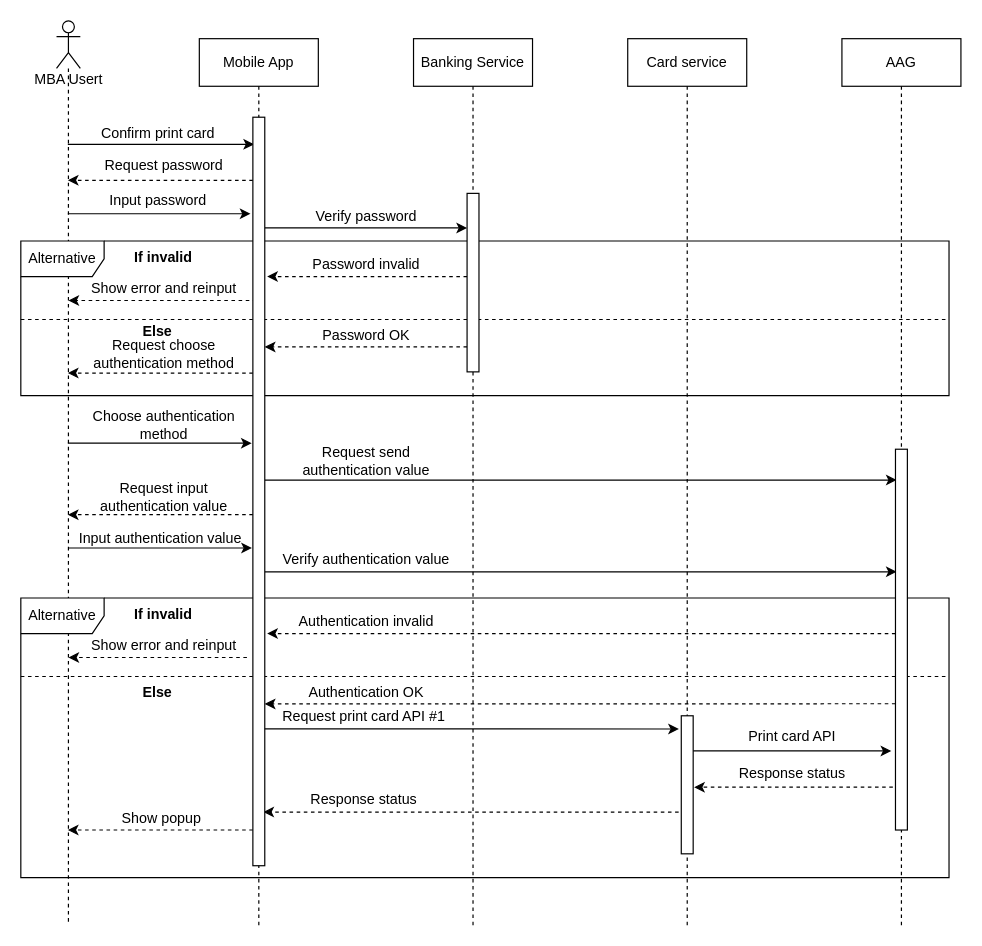
The draw.io diagram page "Print-card-confirm" (10 of 13) of Sequence Diagram.drawio in lyminh1994/diagram, before the edit. Source tidied: cells renumbered, new cells numbered last; positions are measured from the earlier drawing's top-left corner, leaving out a move shared by most shapes. Both pictures are drawn from the tidied source at 119%, with x=0, y=0 at pixel (20, 20).
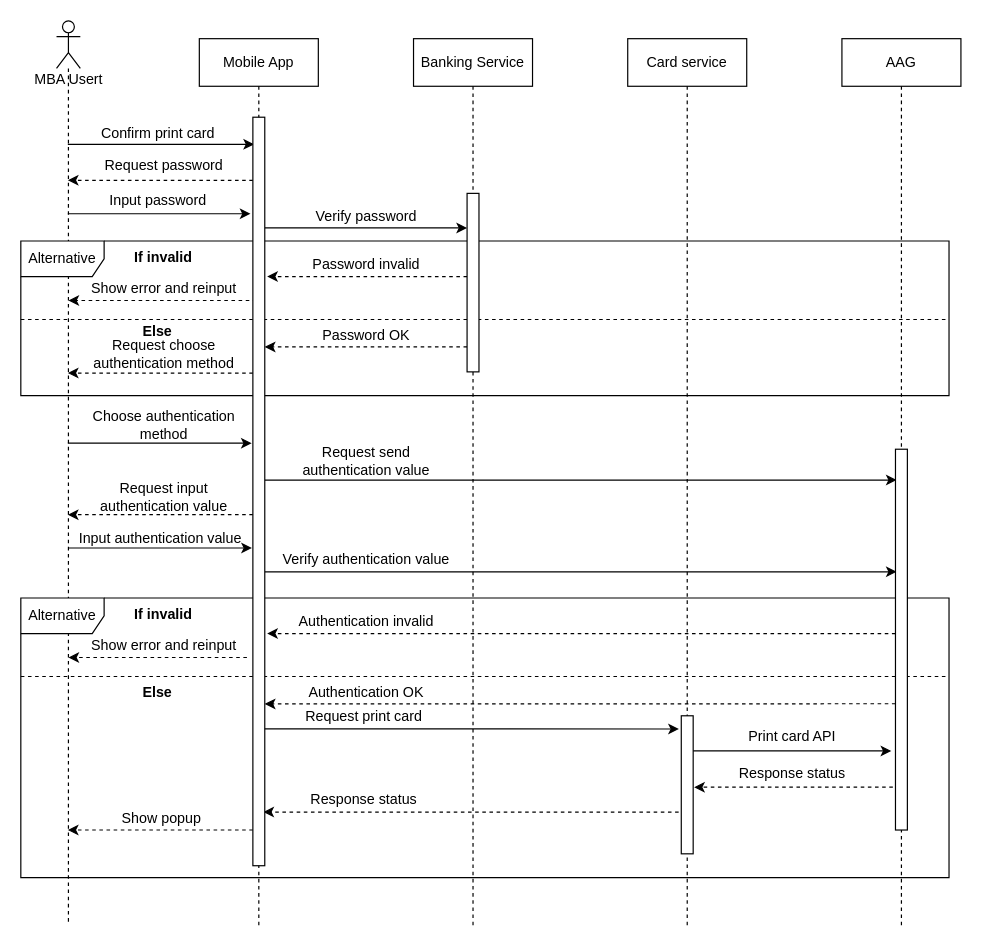
After the change.

What changed in the source:
```diff
@@
-    <mxCell id="43" value="Request print card API #1" style="text;html=1;align=center;verticalAlign=middle;strokeColor=none;fontSize=12;" parent="1" vertex="1">
-      <mxGeometry x="212.8" y="575" width="150" height="20" as="geometry" />
+    <mxCell id="43" value="Request print card" style="text;html=1;align=center;verticalAlign=middle;strokeColor=none;fontSize=12;" parent="1" vertex="1">
+      <mxGeometry x="232.8" y="575" width="110" height="20" as="geometry" />
     </mxCell>
```
